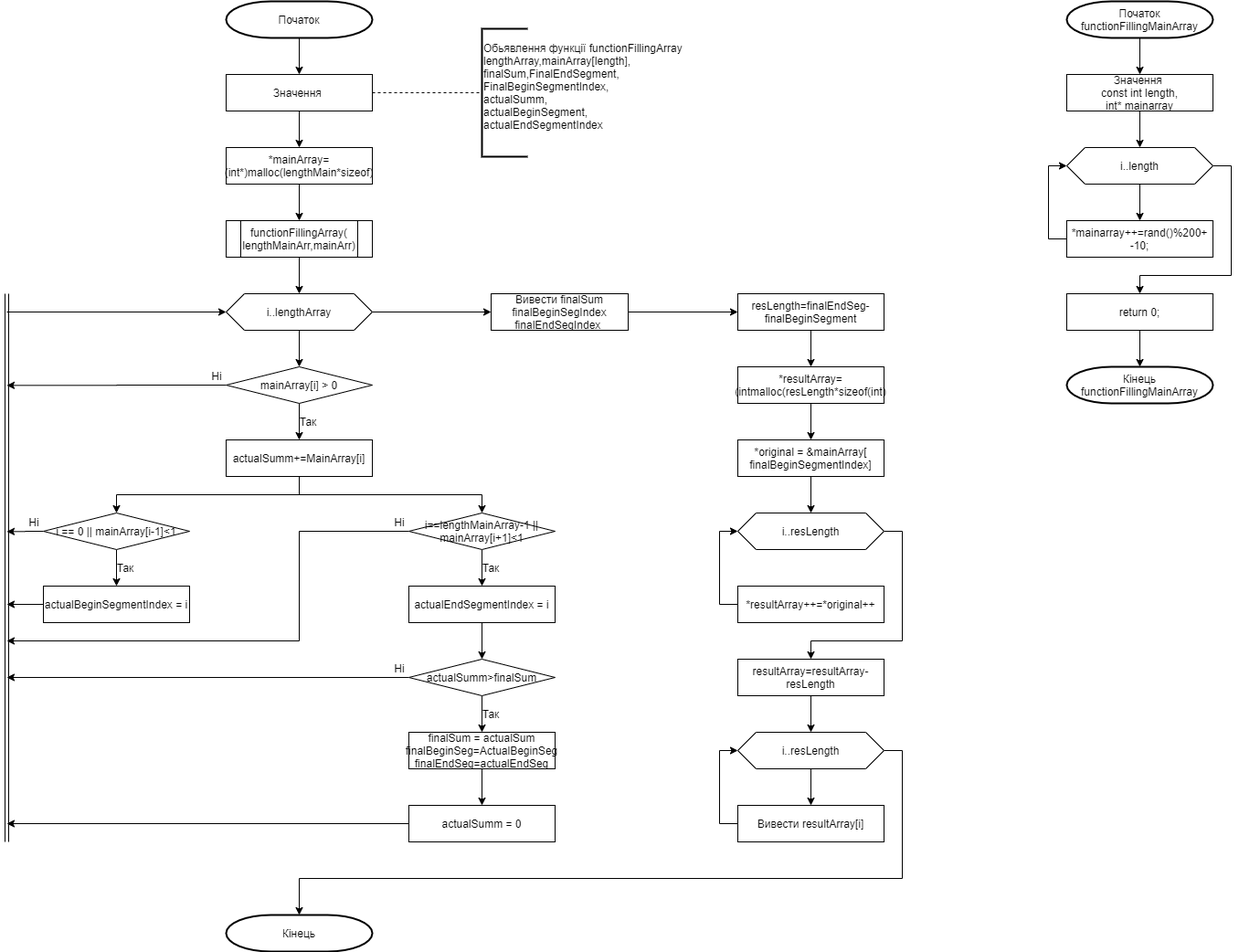
Earlier version of the draw.io export lab11/task2/doc/blockSchhemeFixed.png (gverty/project_linear). Source tidied: cells renumbered, new cells last; positions are measured from the earlier drawing's top-left corner, leaving out a move shared by most shapes.
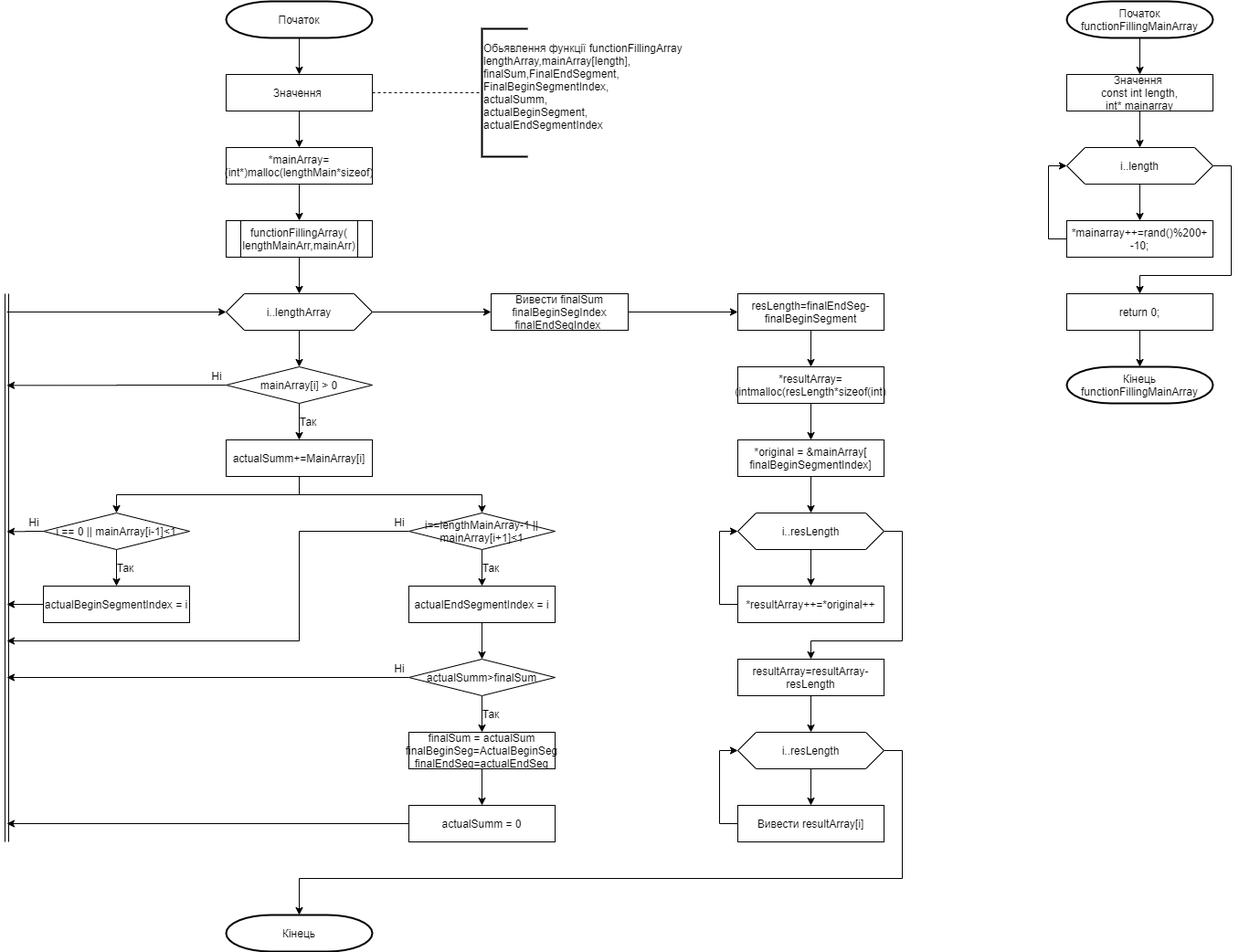
Later version of the same file.

Change to the diagram source:
```diff
@@ -177,6 +177,9 @@
         </Array>
       </mxGeometry>
     </mxCell>
+    <mxCell id="80" style="edgeStyle=orthogonalEdgeStyle;rounded=0;jettySize=auto;html=1;exitX=0.5;exitY=1;exitDx=0;exitDy=0;entryX=0.5;entryY=0;entryDx=0;entryDy=0;" parent="1" edge="1" source="51" target="57">
+      <mxGeometry relative="1" as="geometry" />
+    </mxCell>
     <mxCell id="51" value="i..resLength" style="shape=hexagon;perimeter=hexagonPerimeter2;whiteSpace=wrap;html=1;fixedSize=1;" parent="1" vertex="1">
       <mxGeometry x="800" y="560" width="160" height="40" as="geometry" />
     </mxCell>
```
